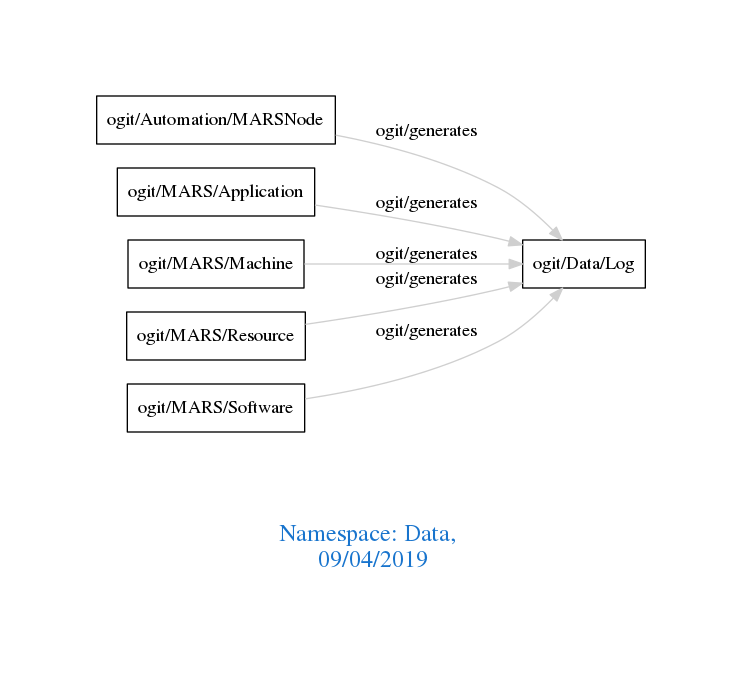
Earlier version of the Graphviz export downloads/Data.png (arago/OGIT). Its source is kept beside it as downloads/Data.dot.
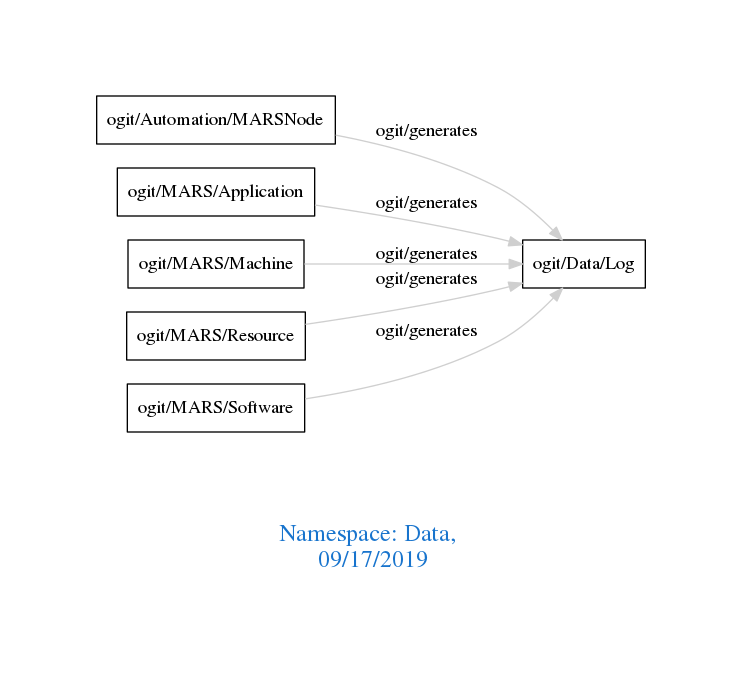
The same file after the commit.

Diff of the diagram source:
```diff
@@ -1,7 +1,7 @@
 digraph OGIT_ontology {
  graph [ rankdir= LR,pad=1
 fontsize = 18,
-fontcolor= dodgerblue3,label = "\n\n\nNamespace: Data, \n 09/04/2019"];
+fontcolor= dodgerblue3,label = "\n\n\nNamespace: Data, \n 09/17/2019"];
 node[shape=polygon];
 edge [  color="gray81"];
 
```
